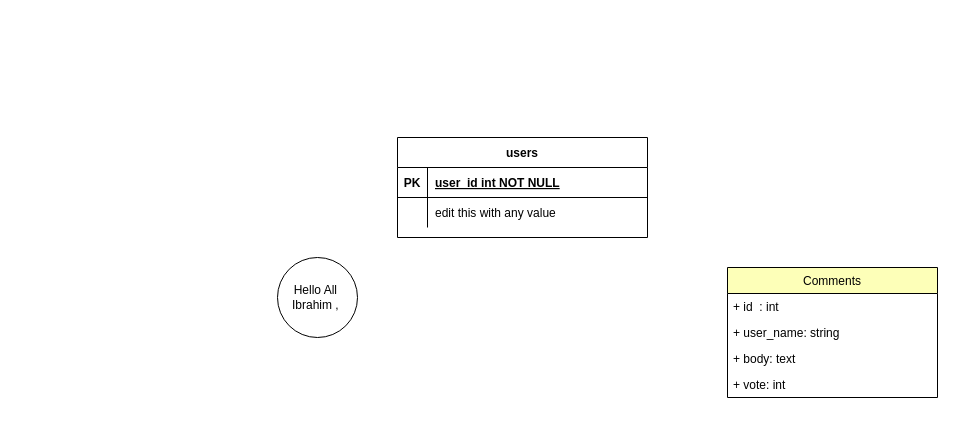
The draw.io diagram Untitled Diagram.drawio in ibrahimahmed1998/backend_cscamp, before the edit. Source tidied: cells renumbered, new cells numbered last; positions are measured from the earlier drawing's top-left corner, leaving out a move shared by most shapes. Both pictures are drawn from the tidied source at 100%, with x=0, y=0 at pixel (277, 137).
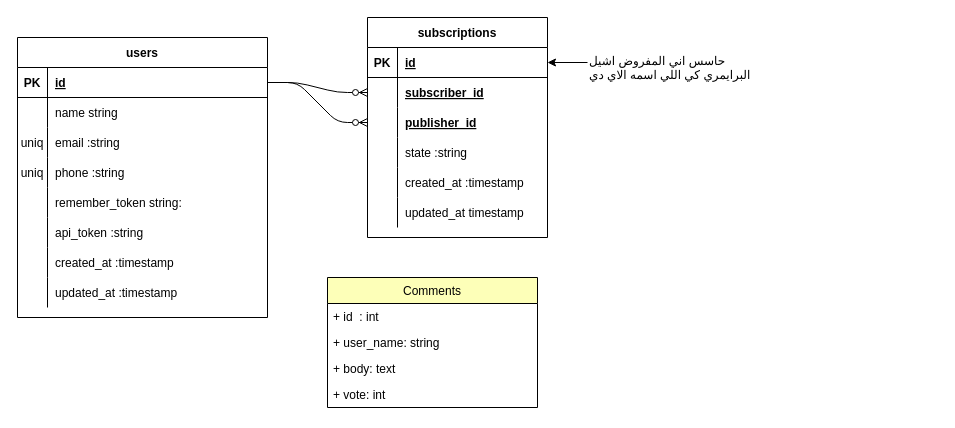
After the change.

The change refers to these unchanged cells:
```xml
<mxCell id="3" style="shape=partialRectangle;fillColor=none;points=[[0,0.5],[1,0.5]];portConstraint=eastwest;top=0;left=0;right=0;bottom=1;" parent="2" vertex="1">
  <mxGeometry y="30" width="250" height="30" as="geometry" />
</mxCell>
<mxCell id="6" style="shape=partialRectangle;fillColor=none;top=0;left=0;right=0;bottom=0;" parent="2" vertex="1">
  <mxGeometry y="60" width="250" height="30" as="geometry" />
</mxCell>
```

Diff of the diagram source:
```diff
@@
     <mxCell id="2" value="users" style="shape=table;startSize=30;childLayout=tableLayout;rowLines=0;fontStyle=1;align=center;" parent="1" vertex="1">
-      <mxGeometry x="120" width="250" height="100" as="geometry" />
+      <mxGeometry x="-260" y="-100" width="250" height="280" as="geometry" />
     </mxCell>
@@
-    <mxCell id="5" value="user_id int NOT NULL " style="shape=partialRectangle;overflow=hidden;fillColor=none;top=0;left=0;bottom=0;right=0;align=left;spacingLeft=6;fontStyle=5;" parent="3" vertex="1">
+    <mxCell id="5" value="id" style="shape=partialRectangle;overflow=hidden;fillColor=none;top=0;left=0;bottom=0;right=0;align=left;spacingLeft=6;fontStyle=5;" parent="3" vertex="1">
       <mxGeometry x="30" width="220" height="30" as="geometry" />
     </mxCell>
@@
-    <mxCell id="8" value="edit this with any value" style="shape=partialRectangle;overflow=hidden;fillColor=none;top=0;left=0;bottom=0;right=0;align=left;spacingLeft=6;" parent="6" vertex="1">
+    <mxCell id="8" value="name string" style="shape=partialRectangle;overflow=hidden;fillColor=none;top=0;left=0;bottom=0;right=0;align=left;spacingLeft=6;" parent="6" vertex="1">
       <mxGeometry x="30" width="220" height="30" as="geometry" />
     </mxCell>
-    <mxCell id="9" value="Hello All&amp;nbsp;&lt;br&gt;Ibrahim ,&amp;nbsp;" style="ellipse;whiteSpace=wrap;html=1;" parent="1" vertex="1">
-      <mxGeometry y="120" width="80" height="80" as="geometry" />
-    </mxCell>
+    <mxCell id="15" style="shape=partialRectangle;fillColor=none;top=0;left=0;right=0;bottom=0;" parent="2" vertex="1">
+      <mxGeometry y="90" width="250" height="30" as="geometry" />
+    </mxCell>
+    <mxCell id="16" value="uniq" style="shape=partialRectangle;overflow=hidden;fillColor=none;top=0;left=0;bottom=0;right=0;" parent="15" vertex="1">
+      <mxGeometry width="30" height="30" as="geometry" />
+    </mxCell>
+    <mxCell id="17" value="email :string" style="shape=partialRectangle;overflow=hidden;fillColor=none;top=0;left=0;bottom=0;right=0;align=left;spacingLeft=6;" parent="15" vertex="1">
+      <mxGeometry x="30" width="220" height="30" as="geometry" />
+    </mxCell>
+    <mxCell id="18" style="shape=partialRectangle;fillColor=none;top=0;left=0;right=0;bottom=0;" parent="2" vertex="1">
+      <mxGeometry y="120" width="250" height="30" as="geometry" />
+    </mxCell>
+    <mxCell id="19" value="uniq" style="shape=partialRectangle;overflow=hidden;fillColor=none;top=0;left=0;bottom=0;right=0;" parent="18" vertex="1">
+      <mxGeometry width="30" height="30" as="geometry" />
+    </mxCell>
+    <mxCell id="20" value="phone :string" style="shape=partialRectangle;overflow=hidden;fillColor=none;top=0;left=0;bottom=0;right=0;align=left;spacingLeft=6;" parent="18" vertex="1">
+      <mxGeometry x="30" width="220" height="30" as="geometry" />
+    </mxCell>
+    <mxCell id="21" style="shape=partialRectangle;fillColor=none;top=0;left=0;right=0;bottom=0;" parent="2" vertex="1">
+      <mxGeometry y="150" width="250" height="30" as="geometry" />
+    </mxCell>
+    <mxCell id="22" style="shape=partialRectangle;overflow=hidden;fillColor=none;top=0;left=0;bottom=0;right=0;" parent="21" vertex="1">
+      <mxGeometry width="30" height="30" as="geometry" />
+    </mxCell>
+    <mxCell id="23" value="remember_token string: " style="shape=partialRectangle;overflow=hidden;fillColor=none;top=0;left=0;bottom=0;right=0;align=left;spacingLeft=6;" parent="21" vertex="1">
+      <mxGeometry x="30" width="220" height="30" as="geometry" />
+    </mxCell>
+    <mxCell id="24" style="shape=partialRectangle;fillColor=none;top=0;left=0;right=0;bottom=0;" parent="2" vertex="1">
+      <mxGeometry y="180" width="250" height="30" as="geometry" />
+    </mxCell>
+    <mxCell id="25" style="shape=partialRectangle;overflow=hidden;fillColor=none;top=0;left=0;bottom=0;right=0;" parent="24" vertex="1">
+      <mxGeometry width="30" height="30" as="geometry" />
+    </mxCell>
+    <mxCell id="26" value="api_token :string" style="shape=partialRectangle;overflow=hidden;fillColor=none;top=0;left=0;bottom=0;right=0;align=left;spacingLeft=6;" parent="24" vertex="1">
+      <mxGeometry x="30" width="220" height="30" as="geometry" />
+    </mxCell>
+    <mxCell id="27" style="shape=partialRectangle;fillColor=none;top=0;left=0;right=0;bottom=0;" parent="2" vertex="1">
+      <mxGeometry y="210" width="250" height="30" as="geometry" />
+    </mxCell>
+    <mxCell id="28" style="shape=partialRectangle;overflow=hidden;fillColor=none;top=0;left=0;bottom=0;right=0;" parent="27" vertex="1">
+      <mxGeometry width="30" height="30" as="geometry" />
+    </mxCell>
+    <mxCell id="29" value="created_at :timestamp" style="shape=partialRectangle;overflow=hidden;fillColor=none;top=0;left=0;bottom=0;right=0;align=left;spacingLeft=6;" parent="27" vertex="1">
+      <mxGeometry x="30" width="220" height="30" as="geometry" />
+    </mxCell>
+    <mxCell id="30" style="shape=partialRectangle;fillColor=none;top=0;left=0;right=0;bottom=0;" parent="2" vertex="1">
+      <mxGeometry y="240" width="250" height="30" as="geometry" />
+    </mxCell>
+    <mxCell id="31" style="shape=partialRectangle;overflow=hidden;fillColor=none;top=0;left=0;bottom=0;right=0;" parent="30" vertex="1">
+      <mxGeometry width="30" height="30" as="geometry" />
+    </mxCell>
+    <mxCell id="32" value="updated_at :timestamp" style="shape=partialRectangle;overflow=hidden;fillColor=none;top=0;left=0;bottom=0;right=0;align=left;spacingLeft=6;" parent="30" vertex="1">
+      <mxGeometry x="30" width="220" height="30" as="geometry" />
+    </mxCell>
     <mxCell id="10" value="Comments" style="swimlane;fontStyle=0;horizontal=1;startSize=26;fillColor=#FDFFB8;" parent="1" vertex="1">
-      <mxGeometry x="450" y="130" width="210" height="130" as="geometry" />
+      <mxGeometry x="50" y="140" width="210" height="130" as="geometry" />
     </mxCell>
@@
+    <mxCell id="33" value="subscriptions" style="shape=table;startSize=30;childLayout=tableLayout;rowLines=0;fontStyle=1;align=center;" parent="1" vertex="1">
+      <mxGeometry x="90" y="-120" width="180" height="220" as="geometry" />
+    </mxCell>
+    <mxCell id="34" style="shape=partialRectangle;fillColor=none;top=0;left=0;bottom=1;right=0;points=[[0,0.5],[1,0.5]];portConstraint=eastwest;" parent="33" vertex="1">
+      <mxGeometry y="30" width="180" height="30" as="geometry" />
+    </mxCell>
+    <mxCell id="35" value="PK" style="shape=partialRectangle;fillColor=none;top=0;left=0;bottom=0;right=0;fontStyle=1;overflow=hidden;" parent="34" vertex="1">
+      <mxGeometry width="30" height="30" as="geometry" />
+    </mxCell>
+    <mxCell id="36" value="id " style="shape=partialRectangle;fillColor=none;top=0;left=0;bottom=0;right=0;align=left;spacingLeft=6;fontStyle=5;overflow=hidden;" parent="34" vertex="1">
+      <mxGeometry x="30" width="150" height="30" as="geometry" />
+    </mxCell>
+    <mxCell id="37" style="shape=partialRectangle;fillColor=none;top=0;left=0;bottom=0;right=0;points=[[0,0.5],[1,0.5]];portConstraint=eastwest;" parent="33" vertex="1">
+      <mxGeometry y="60" width="180" height="30" as="geometry" />
+    </mxCell>
+    <mxCell id="38" style="shape=partialRectangle;fillColor=none;top=0;left=0;bottom=0;right=0;overflow=hidden;" parent="37" vertex="1">
+      <mxGeometry width="30" height="30" as="geometry" />
+    </mxCell>
+    <mxCell id="39" value="subscriber_id " style="shape=partialRectangle;fillColor=none;top=0;left=0;bottom=0;right=0;align=left;spacingLeft=6;overflow=hidden;fontStyle=5;" parent="37" vertex="1">
+      <mxGeometry x="30" width="150" height="30" as="geometry" />
+    </mxCell>
+    <mxCell id="40" style="shape=partialRectangle;fillColor=none;top=0;left=0;bottom=0;right=0;points=[[0,0.5],[1,0.5]];portConstraint=eastwest;" parent="33" vertex="1">
+      <mxGeometry y="90" width="180" height="30" as="geometry" />
+    </mxCell>
+    <mxCell id="41" style="shape=partialRectangle;fillColor=none;top=0;left=0;bottom=0;right=0;overflow=hidden;" parent="40" vertex="1">
+      <mxGeometry width="30" height="30" as="geometry" />
+    </mxCell>
+    <mxCell id="42" value="publisher_id" style="shape=partialRectangle;fillColor=none;top=0;left=0;bottom=0;right=0;align=left;spacingLeft=6;overflow=hidden;fontStyle=5;" parent="40" vertex="1">
+      <mxGeometry x="30" width="150" height="30" as="geometry" />
+    </mxCell>
+    <mxCell id="43" style="shape=partialRectangle;fillColor=none;top=0;left=0;bottom=0;right=0;" parent="33" vertex="1">
+      <mxGeometry y="120" width="180" height="30" as="geometry" />
+    </mxCell>
+    <mxCell id="44" style="shape=partialRectangle;fillColor=none;top=0;left=0;bottom=0;right=0;overflow=hidden;" parent="43" vertex="1">
+      <mxGeometry width="30" height="30" as="geometry" />
+    </mxCell>
+    <mxCell id="45" value="state :string " style="shape=partialRectangle;fillColor=none;top=0;left=0;bottom=0;right=0;align=left;spacingLeft=6;overflow=hidden;" parent="43" vertex="1">
+      <mxGeometry x="30" width="150" height="30" as="geometry" />
+    </mxCell>
+    <mxCell id="46" style="shape=partialRectangle;fillColor=none;top=0;left=0;bottom=0;right=0;" parent="33" vertex="1">
+      <mxGeometry y="150" width="180" height="30" as="geometry" />
+    </mxCell>
+    <mxCell id="47" style="shape=partialRectangle;fillColor=none;top=0;left=0;bottom=0;right=0;overflow=hidden;" parent="46" vertex="1">
+      <mxGeometry width="30" height="30" as="geometry" />
+    </mxCell>
+    <mxCell id="48" value="created_at :timestamp" style="shape=partialRectangle;fillColor=none;top=0;left=0;bottom=0;right=0;align=left;spacingLeft=6;overflow=hidden;" parent="46" vertex="1">
+      <mxGeometry x="30" width="150" height="30" as="geometry" />
+    </mxCell>
+    <mxCell id="49" style="shape=partialRectangle;fillColor=none;top=0;left=0;bottom=0;right=0;" parent="33" vertex="1">
+      <mxGeometry y="180" width="180" height="30" as="geometry" />
+    </mxCell>
+    <mxCell id="50" style="shape=partialRectangle;fillColor=none;top=0;left=0;bottom=0;right=0;overflow=hidden;" parent="49" vertex="1">
+      <mxGeometry width="30" height="30" as="geometry" />
+    </mxCell>
+    <mxCell id="51" value="updated_at timestamp" style="shape=partialRectangle;fillColor=none;top=0;left=0;bottom=0;right=0;align=left;spacingLeft=6;overflow=hidden;" parent="49" vertex="1">
+      <mxGeometry x="30" width="150" height="30" as="geometry" />
+    </mxCell>
+    <mxCell id="52" style="edgeStyle=entityRelationEdgeStyle;fontSize=12;html=1;endArrow=ERzeroToMany;endFill=1;" parent="1" edge="1" source="3" target="37">
+      <mxGeometry relative="1" as="geometry" />
+    </mxCell>
+    <mxCell id="53" style="edgeStyle=entityRelationEdgeStyle;fontSize=12;html=1;endArrow=ERzeroToMany;endFill=1;" parent="1" edge="1" source="3" target="40">
+      <mxGeometry relative="1" as="geometry" />
+    </mxCell>
+    <mxCell id="54" style="edgeStyle=orthogonalEdgeStyle;rounded=0;jettySize=auto;html=1;" parent="1" edge="1" source="55" target="34">
+      <mxGeometry relative="1" as="geometry" />
+    </mxCell>
+    <mxCell id="55" value="حاسس اني المفروض اشيل البرايمري كي اللي اسمه الاي دي" style="text;whiteSpace=wrap;html=1;" parent="1" vertex="1">
+      <mxGeometry x="310" y="-90" width="180" height="30" as="geometry" />
+    </mxCell>
```
